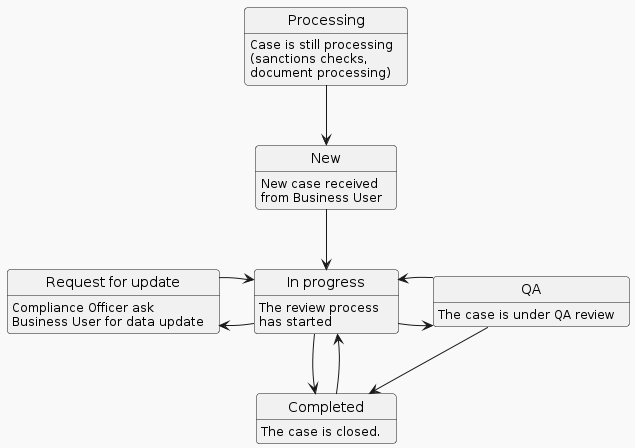
The PlantUML diagram .gitbook/assets/ProcessStates.png in Gatenox/GatenoxDevelopersHub, before a commit.
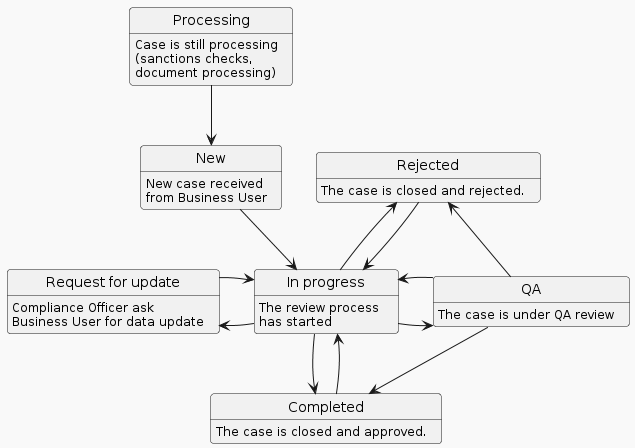
After the commit.

The edit, as a diff of the source:
```diff
@@ -10,9 +10,11 @@
 state "Request for update" as rfu
 rfu: Compliance Officer ask \nBusiness User for data update
 state "QA" as qa
-qa : The case is under QA review
+qa: The case is under QA review
+state "Rejected" as rejected
+rejected: The case is closed and rejected.
 state "Completed" as completed
-completed: The case is closed.
+completed: The case is closed and approved.
 
 proc -down-> new
 new -down-> in_p
@@ -23,4 +25,8 @@
 in_p -down-> completed
 qa -down-> completed
 completed -up-> in_p
+
+in_p -up-> rejected
+qa -up-> rejected
+rejected -up-> in_p
 @enduml
```
